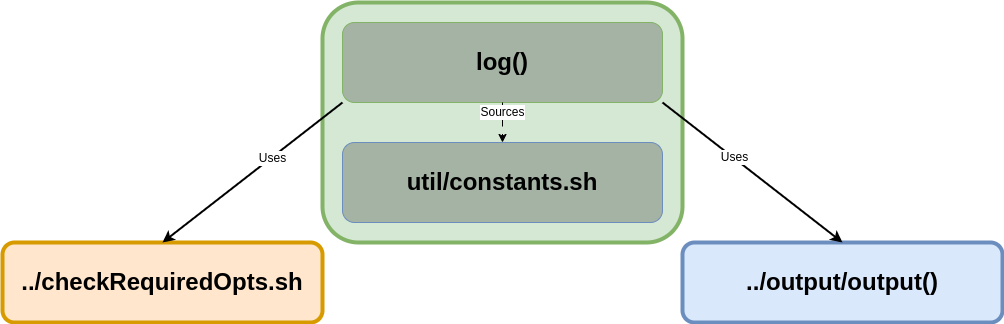
Earlier version of the draw.io export docs/diagrams/log.png (ReedClanton/bash_base). Source tidied: cells renumbered, new cells last; positions are measured from the earlier drawing's top-left corner, leaving out a move shared by most shapes.
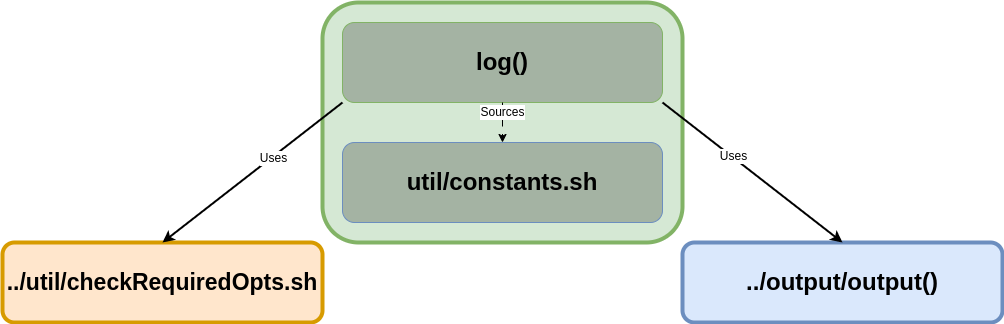
After the change.

Commit message:
Updated log diagram to reflect the moving of checkRequiredOpts() done by last commit.

The edit, as a diff of the source:
```diff
@@ -26,7 +26,7 @@
     <mxCell id="9" value="&lt;font style=&quot;font-size: 12px;&quot;&gt;Uses&lt;/font&gt;" style="edgeLabel;html=1;align=center;verticalAlign=middle;" parent="8" vertex="1">
       <mxGeometry x="-0.22" y="1" relative="1" as="geometry" />
     </mxCell>
-    <mxCell id="10" value="&lt;h1&gt;../checkRequiredOpts.sh&lt;/h1&gt;" style="rounded=1;whiteSpace=wrap;html=1;fillColor=#ffe6cc;strokeColor=#d79b00;strokeWidth=4;" parent="1" vertex="1">
+    <mxCell id="10" value="&lt;h1&gt;&lt;font style=&quot;font-size: 23px;&quot;&gt;../util/checkRequiredOpts.sh&lt;/font&gt;&lt;/h1&gt;" style="rounded=1;whiteSpace=wrap;html=1;fillColor=#ffe6cc;strokeColor=#d79b00;strokeWidth=4;" parent="1" vertex="1">
       <mxGeometry y="240" width="320" height="80" as="geometry" />
     </mxCell>
     <mxCell id="11" style="endArrow=classic;html=1;rounded=0;entryX=0.5;entryY=0;entryDx=0;entryDy=0;exitX=0;exitY=1;exitDx=0;exitDy=0;strokeWidth=2;" parent="1" edge="1" source="4" target="10">
```
